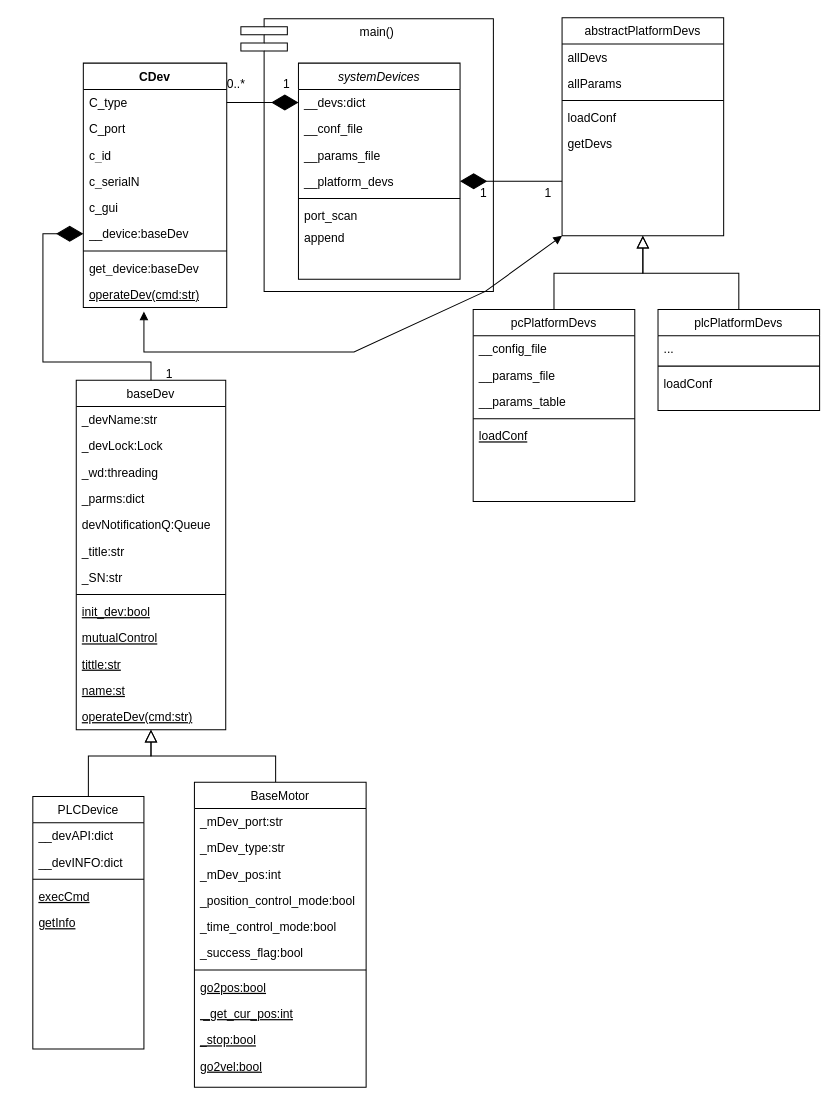
This is page "Conf & devs" (1 of 2) of v5 class diagram.drawio from lvoldman/v5, a draw.io file, before an edit. Source tidied: cells renumbered, new cells numbered last; positions are measured from the earlier drawing's top-left corner, leaving out a move shared by most shapes. Both pictures are drawn from the tidied source at 101%, with x=0, y=0 at pixel (32, 17).
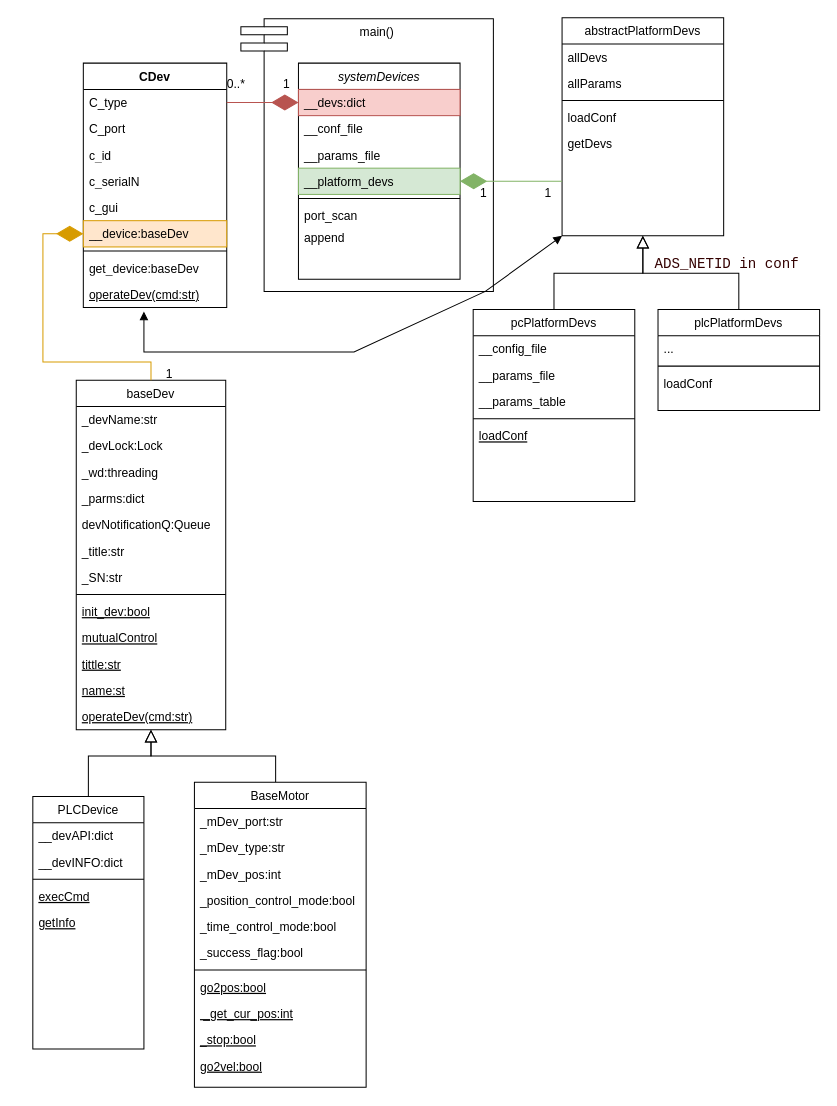
The same diagram, later.

The change refers to these unchanged cells:
```xml
<mxCell id="3" value="systemDevices" style="swimlane;fontStyle=2;align=center;verticalAlign=top;horizontal=1;startSize=26;rounded=0;shadow=0;strokeWidth=1;" parent="1" vertex="1">
  <mxGeometry x="263" y="45" width="160" height="214" as="geometry" />
</mxCell>
<mxCell id="23" value="abstractPlatformDevs" style="swimlane;fontStyle=0;align=center;verticalAlign=top;horizontal=1;startSize=26;rounded=0;shadow=0;strokeWidth=1;" parent="1" vertex="1">
  <mxGeometry x="524" width="160" height="216" as="geometry" />
</mxCell>
<mxCell id="30" value="CDev" style="swimlane;fontStyle=1;align=center;verticalAlign=top;horizontal=1;startSize=26;whiteSpace=wrap;html=1;" parent="1" vertex="1">
  <mxGeometry x="50" y="45" width="142" height="242" as="geometry" />
</mxCell>
<mxCell id="31" value="C_type" style="text;strokeColor=none;fillColor=none;align=left;verticalAlign=top;spacingLeft=4;spacingRight=4;overflow=hidden;points=[[0,0.5],[1,0.5]];portConstraint=eastwest;whiteSpace=wrap;html=1;" parent="30" vertex="1">
  <mxGeometry y="26" width="142" height="26" as="geometry" />
</mxCell>
<mxCell id="48" value="baseDev" style="swimlane;fontStyle=0;align=center;verticalAlign=top;horizontal=1;startSize=26;rounded=0;shadow=0;strokeWidth=1;" parent="1" vertex="1">
  <mxGeometry x="43" y="359" width="148" height="346" as="geometry" />
</mxCell>
```

The edit, as a diff of the source:
```diff
@@
-    <mxCell id="4" value="__devs:dict " style="text;align=left;verticalAlign=top;spacingLeft=4;spacingRight=4;overflow=hidden;points=[[0,0.5],[1,0.5]];portConstraint=eastwest;" parent="3" vertex="1">
+    <mxCell id="4" value="__devs:dict " style="text;align=left;verticalAlign=top;spacingLeft=4;spacingRight=4;overflow=hidden;points=[[0,0.5],[1,0.5]];portConstraint=eastwest;fillColor=#f8cecc;strokeColor=#b85450;" parent="3" vertex="1">
       <mxGeometry y="26" width="160" height="26" as="geometry" />
     </mxCell>
@@
-    <mxCell id="7" value="__platform_devs" style="text;align=left;verticalAlign=top;spacingLeft=4;spacingRight=4;overflow=hidden;points=[[0,0.5],[1,0.5]];portConstraint=eastwest;rounded=0;shadow=0;html=0;" parent="3" vertex="1">
+    <mxCell id="7" value="__platform_devs" style="text;align=left;verticalAlign=top;spacingLeft=4;spacingRight=4;overflow=hidden;points=[[0,0.5],[1,0.5]];portConstraint=eastwest;rounded=0;shadow=0;html=0;fillColor=#d5e8d4;strokeColor=#82b366;" parent="3" vertex="1">
       <mxGeometry y="104" width="160" height="26" as="geometry" />
     </mxCell>
@@
-    <mxCell id="29" style="endArrow=diamondThin;endFill=1;endSize=24;html=1;rounded=0;entryX=1;entryY=0.5;entryDx=0;entryDy=0;exitX=0;exitY=0.75;exitDx=0;exitDy=0;" parent="1" edge="1" source="23" target="7">
+    <mxCell id="29" style="endArrow=diamondThin;endFill=1;endSize=24;html=1;rounded=0;entryX=1;entryY=0.5;entryDx=0;entryDy=0;exitX=0;exitY=0.75;exitDx=0;exitDy=0;fillColor=#d5e8d4;strokeColor=#82b366;" parent="1" edge="1" source="23" target="7">
       <mxGeometry relative="1" as="geometry" />
     </mxCell>
@@
-    <mxCell id="36" value="__device:baseDev" style="text;strokeColor=none;fillColor=none;align=left;verticalAlign=top;spacingLeft=4;spacingRight=4;overflow=hidden;points=[[0,0.5],[1,0.5]];portConstraint=eastwest;whiteSpace=wrap;html=1;" parent="30" vertex="1">
+    <mxCell id="36" value="__device:baseDev" style="text;strokeColor=#d79b00;fillColor=#ffe6cc;align=left;verticalAlign=top;spacingLeft=4;spacingRight=4;overflow=hidden;points=[[0,0.5],[1,0.5]];portConstraint=eastwest;whiteSpace=wrap;html=1;" parent="30" vertex="1">
       <mxGeometry y="156" width="142" height="26" as="geometry" />
     </mxCell>
@@
-    <mxCell id="42" style="endArrow=diamondThin;endFill=1;endSize=24;html=1;rounded=0;exitX=1;exitY=0.5;exitDx=0;exitDy=0;entryX=0;entryY=0.5;entryDx=0;entryDy=0;" parent="1" edge="1" source="31" target="4">
+    <mxCell id="42" style="endArrow=diamondThin;endFill=1;endSize=24;html=1;rounded=0;exitX=1;exitY=0.5;exitDx=0;exitDy=0;entryX=0;entryY=0.5;entryDx=0;entryDy=0;fillColor=#f8cecc;strokeColor=#b85450;" parent="1" edge="1" source="31" target="4">
       <mxGeometry relative="1" as="geometry" />
     </mxCell>
@@
-    <mxCell id="62" style="endArrow=diamondThin;endFill=1;endSize=24;html=1;rounded=0;exitX=0.5;exitY=0;exitDx=0;exitDy=0;entryX=0;entryY=0.5;entryDx=0;entryDy=0;" parent="1" edge="1" source="48" target="36">
+    <mxCell id="62" style="endArrow=diamondThin;endFill=1;endSize=24;html=1;rounded=0;exitX=0.5;exitY=0;exitDx=0;exitDy=0;entryX=0;entryY=0.5;entryDx=0;entryDy=0;fillColor=#ffe6cc;strokeColor=#d79b00;" parent="1" edge="1" source="48" target="36">
       <mxGeometry relative="1" as="geometry">
         <Array as="points">
           <mxPoint x="117" y="341" />
           <mxPoint x="10" y="341" />
           <mxPoint x="10" y="214" />
         </Array>
       </mxGeometry>
     </mxCell>
@@
+    <mxCell id="82" value="&lt;div style=&quot;font-family: Consolas, &amp;quot;Courier New&amp;quot;, monospace; font-size: 14px; line-height: 19px; white-space: pre;&quot;&gt;&lt;span&gt;&lt;font style=&quot;color: rgb(51, 0, 0);&quot;&gt;ADS_NETID in conf&lt;/font&gt;&lt;/span&gt;&lt;/div&gt;" style="text;html=1;whiteSpace=wrap;strokeColor=none;fillColor=none;align=left;verticalAlign=middle;rounded=0;" parent="1" vertex="1">
+      <mxGeometry x="614" y="229" width="130" height="30" as="geometry" />
+    </mxCell>
```
